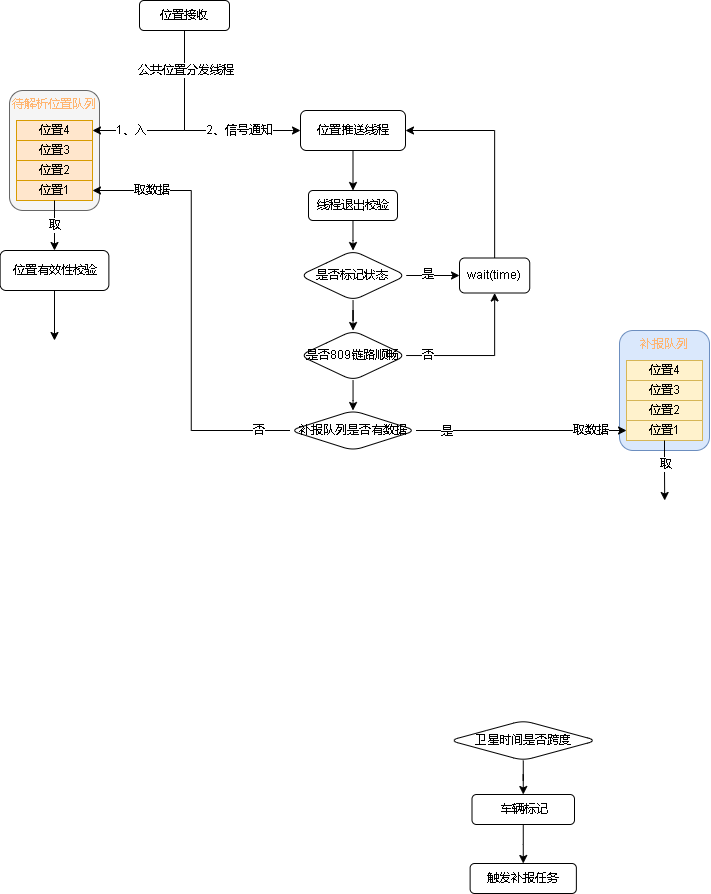
This is 809数据跨度.drawio.png from xktder/draw, a draw.io export, as it was before one commit. Source tidied: cells renumbered, new cells last; positions are measured from the earlier drawing's top-left corner, leaving out a move shared by most shapes.
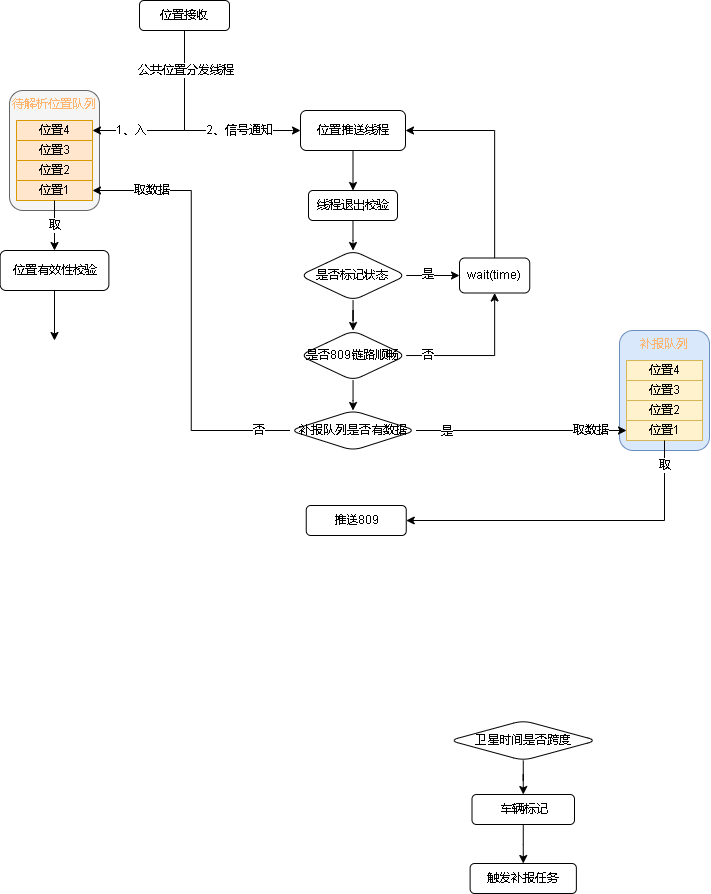
After the change.

Commit message:
更新809数据跨度.drawio.png

Diff of the diagram source:
```diff
@@ -171,13 +171,16 @@
     <mxCell id="49" value="补报队列是否有数据" style="rhombus;whiteSpace=wrap;html=1;fontColor=#000000;rounded=1;" parent="1" vertex="1">
       <mxGeometry x="289.5" y="410" width="126" height="40" as="geometry" />
     </mxCell>
-    <mxCell id="50" style="edgeStyle=orthogonalEdgeStyle;rounded=0;jettySize=auto;html=1;exitX=0.5;exitY=1;exitDx=0;exitDy=0;fontColor=#000000;" parent="1" edge="1" source="21">
-      <mxGeometry relative="1" as="geometry">
-        <mxPoint x="664.2" y="500" as="targetPoint" />
-      </mxGeometry>
+    <mxCell id="50" style="edgeStyle=orthogonalEdgeStyle;rounded=0;jettySize=auto;html=1;exitX=0.5;exitY=1;exitDx=0;exitDy=0;fontColor=#000000;entryX=1;entryY=0.5;entryDx=0;entryDy=0;" parent="1" edge="1" source="21" target="52">
+      <mxGeometry relative="1" as="geometry" />
     </mxCell>
     <mxCell id="51" value="取" style="edgeLabel;html=1;align=center;verticalAlign=middle;fontColor=#000000;" parent="50" vertex="1">
-      <mxGeometry x="-0.21" y="1" relative="1" as="geometry" />
+      <mxGeometry x="-0.21" y="1" relative="1" as="geometry">
+        <mxPoint x="53" y="-56" as="offset" />
+      </mxGeometry>
     </mxCell>
+    <mxCell id="52" value="推送809" style="rounded=1;whiteSpace=wrap;html=1;fontColor=#000000;" parent="1" vertex="1">
+      <mxGeometry x="305.8" y="505" width="100" height="30" as="geometry" />
+    </mxCell>
   </root>
 </mxGraphModel>
```
